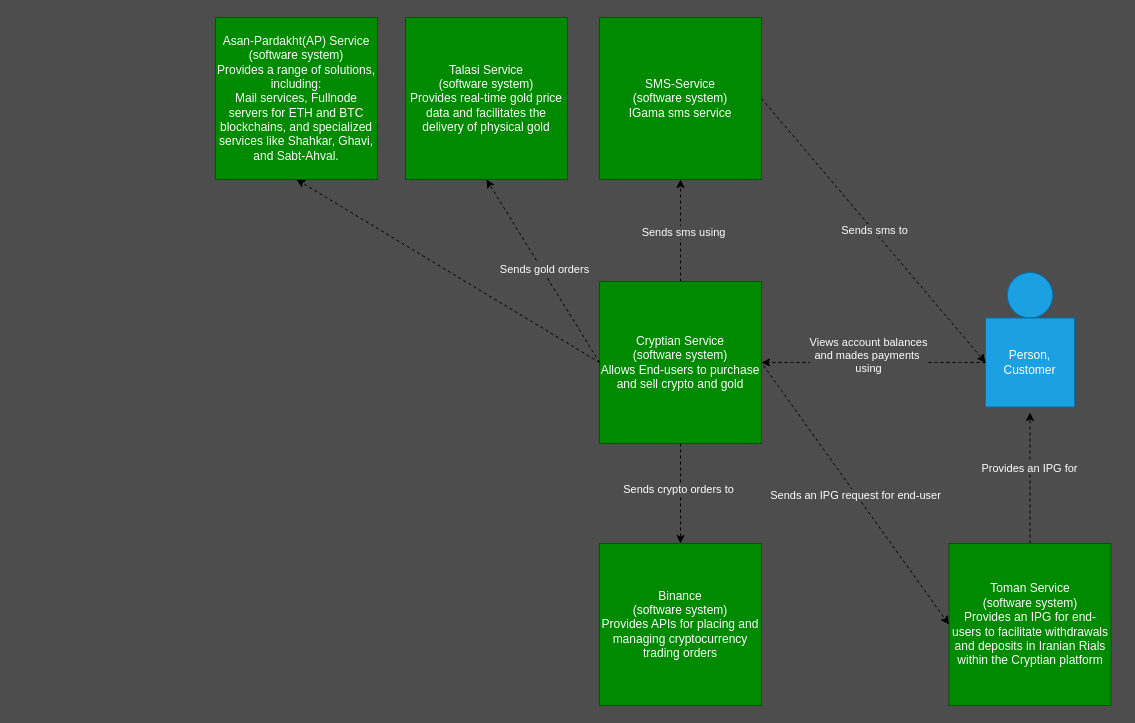
This is Untitled Diagram.drawio from Mohamadreza-shad/url-shortener, a draw.io file, before an edit. Source tidied: cells renumbered, new cells numbered last; positions are measured from the earlier drawing's top-left corner, leaving out a move shared by most shapes. Both pictures are drawn from the tidied source at 100%, with x=0, y=0 at pixel (215, 17).
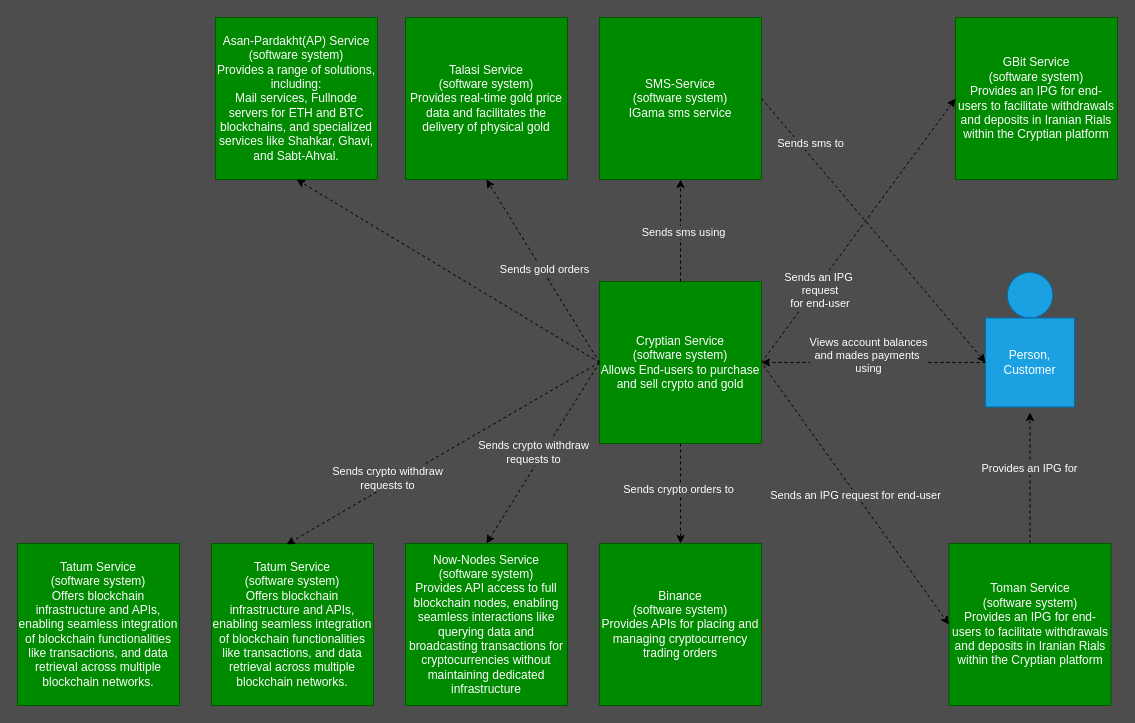
After the change.

Unchanged cells that the change refers to:
```xml
<mxCell id="6" value="Cryptian Service&lt;br&gt;(software system)&lt;br&gt;Allows End-users to purchase and sell crypto and gold" style="whiteSpace=wrap;html=1;fillColor=#008a00;fontColor=#ffffff;strokeColor=#005700;" parent="1" vertex="1">
  <mxGeometry x="384" y="264" width="162" height="162" as="geometry" />
</mxCell>
<mxCell id="14" style="endArrow=classic;html=1;rounded=0;entryX=0;entryY=0.5;entryDx=0;entryDy=0;exitX=1;exitY=0.5;exitDx=0;exitDy=0;dashed=1;" parent="1" edge="1" source="9" target="8">
  <mxGeometry relative="1" as="geometry" />
</mxCell>
```

Change to the diagram source:
```diff
@@
     <mxCell id="15" value="Sends sms to" style="edgeLabel;html=1;align=center;verticalAlign=middle;fontColor=#FFFFFF;labelBackgroundColor=#4D4D4D;" parent="14" vertex="1">
-      <mxGeometry y="1" relative="1" as="geometry" />
+      <mxGeometry y="1" relative="1" as="geometry">
+        <mxPoint x="-64" y="-87" as="offset" />
+      </mxGeometry>
     </mxCell>
@@
+    <mxCell id="29" value="GBit Service&lt;br&gt;(software system)&lt;br&gt;Provides an IPG for end-users to facilitate withdrawals and deposits in Iranian Rials within the Cryptian platform" style="whiteSpace=wrap;html=1;fillColor=#008a00;fontColor=#ffffff;strokeColor=#005700;" parent="1" vertex="1">
+      <mxGeometry x="740" width="162" height="162" as="geometry" />
+    </mxCell>
+    <mxCell id="30" style="endArrow=classic;html=1;rounded=0;entryX=0;entryY=0.5;entryDx=0;entryDy=0;dashed=1;exitX=1;exitY=0.5;exitDx=0;exitDy=0;" parent="1" edge="1">
+      <mxGeometry relative="1" as="geometry">
+        <mxPoint x="546" y="345" as="sourcePoint" />
+        <mxPoint x="740" y="81" as="targetPoint" />
+      </mxGeometry>
+    </mxCell>
+    <mxCell id="31" value="Sends an IPG&lt;div&gt;&amp;nbsp;request&lt;div&gt;&amp;nbsp;for end-user&lt;/div&gt;&lt;/div&gt;" style="edgeLabel;html=1;align=center;verticalAlign=middle;fontColor=#FFFFFF;labelBackgroundColor=#4D4D4D;" parent="30" vertex="1">
+      <mxGeometry y="-1" relative="1" as="geometry">
+        <mxPoint x="-41" y="59" as="offset" />
+      </mxGeometry>
+    </mxCell>
+    <mxCell id="32" value="Now-Nodes Service&lt;br&gt;&lt;div&gt;(software system)&lt;/div&gt;&lt;div&gt;Provides API access to full blockchain nodes, enabling seamless interactions like querying data and broadcasting transactions for cryptocurrencies without maintaining dedicated infrastructure&lt;/div&gt;" style="whiteSpace=wrap;html=1;fillColor=#008a00;fontColor=#ffffff;strokeColor=#005700;" parent="1" vertex="1">
+      <mxGeometry x="190" y="526" width="162" height="162" as="geometry" />
+    </mxCell>
+    <mxCell id="33" style="endArrow=classic;html=1;rounded=0;entryX=0.5;entryY=0;entryDx=0;entryDy=0;exitX=0;exitY=0.5;exitDx=0;exitDy=0;dashed=1;" parent="1" edge="1" source="6" target="32">
+      <mxGeometry relative="1" as="geometry" />
+    </mxCell>
+    <mxCell id="34" value="Sends crypto withdraw&lt;div&gt;requests to&lt;/div&gt;" style="edgeLabel;html=1;align=center;verticalAlign=middle;fontColor=#FFFFFF;labelBackgroundColor=#4D4D4D;" parent="33" vertex="1">
+      <mxGeometry x="-0.02" relative="1" as="geometry">
+        <mxPoint x="-11" as="offset" />
+      </mxGeometry>
+    </mxCell>
+    <mxCell id="35" value="Tatum Service&lt;br&gt;&lt;div&gt;(software system)&lt;/div&gt;&lt;div&gt;Offers blockchain infrastructure and APIs, enabling seamless integration of blockchain functionalities like transactions, and data retrieval across multiple blockchain networks.&lt;/div&gt;" style="whiteSpace=wrap;html=1;fillColor=#008a00;fontColor=#ffffff;strokeColor=#005700;" parent="1" vertex="1">
+      <mxGeometry x="-4" y="526" width="162" height="162" as="geometry" />
+    </mxCell>
+    <mxCell id="36" style="endArrow=classic;html=1;rounded=0;entryX=0.463;entryY=0.006;entryDx=0;entryDy=0;entryPerimeter=0;exitX=0;exitY=0.5;exitDx=0;exitDy=0;dashed=1;" parent="1" edge="1" source="6" target="35">
+      <mxGeometry relative="1" as="geometry" />
+    </mxCell>
+    <mxCell id="37" value="Sends crypto withdraw&lt;div&gt;requests to&lt;/div&gt;" style="edgeLabel;html=1;align=center;verticalAlign=middle;fontColor=#FFFFFF;labelBackgroundColor=#4D4D4D;" parent="1" vertex="1">
+      <mxGeometry x="171" y="460" as="geometry" />
+    </mxCell>
+    <mxCell id="38" value="Tatum Service&lt;br&gt;&lt;div&gt;(software system)&lt;/div&gt;&lt;div&gt;Offers blockchain infrastructure and APIs, enabling seamless integration of blockchain functionalities like transactions, and data retrieval across multiple blockchain networks.&lt;/div&gt;" style="whiteSpace=wrap;html=1;fillColor=#008a00;fontColor=#ffffff;strokeColor=#005700;" parent="1" vertex="1">
+      <mxGeometry x="-198" y="526" width="162" height="162" as="geometry" />
+    </mxCell>
```
